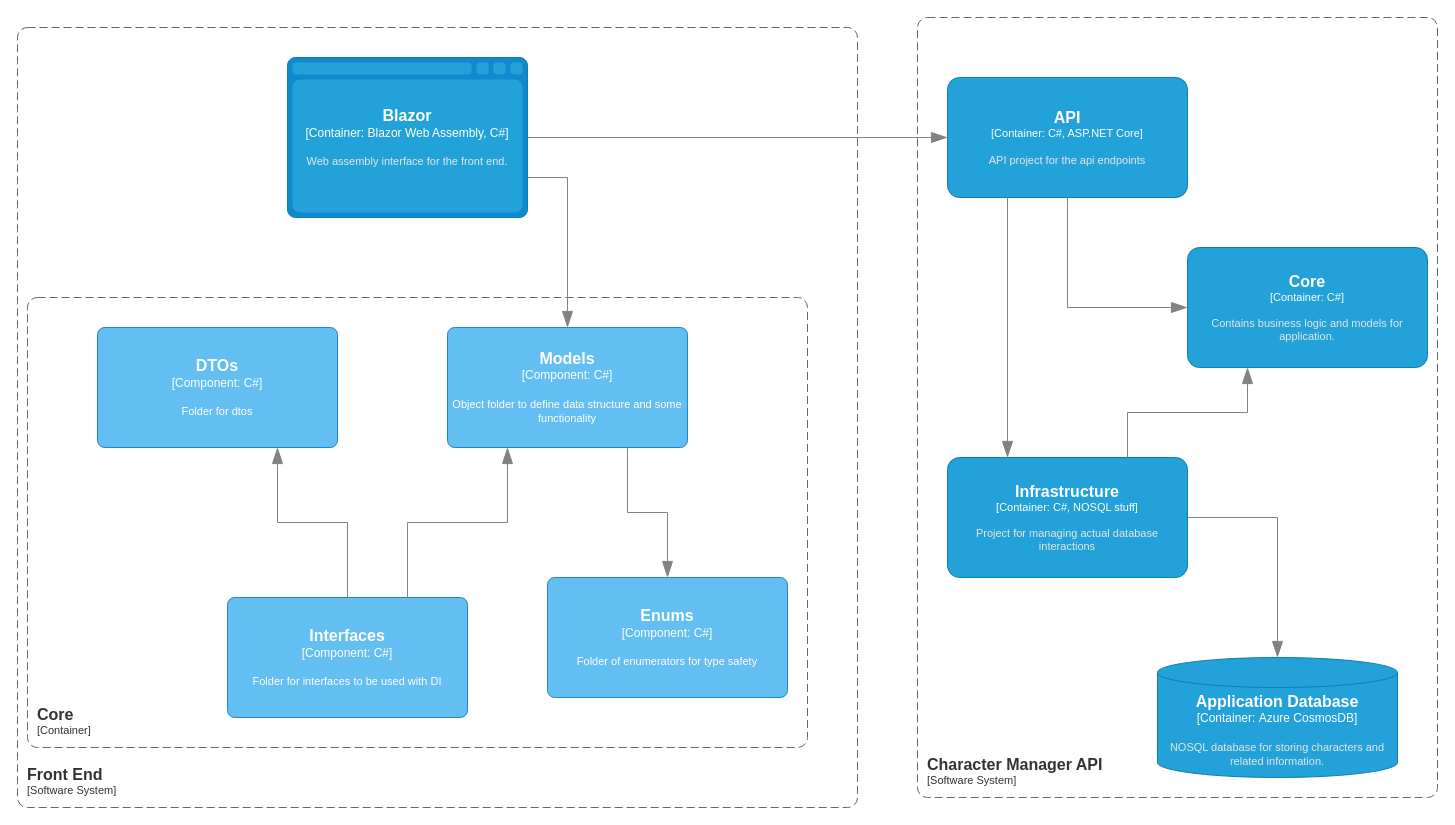
Before: page "Front End Component Diagram" (3 of 4) of Documentation/DiagramCollection.drawio in thedragonluvver/DnDCharacterManager, a draw.io diagram. Source tidied: cells renumbered, new cells numbered last; positions are measured from the earlier drawing's top-left corner, leaving out a move shared by most shapes. Both pictures are drawn from the tidied source at 100%, with x=0, y=0 at pixel (17, 17).
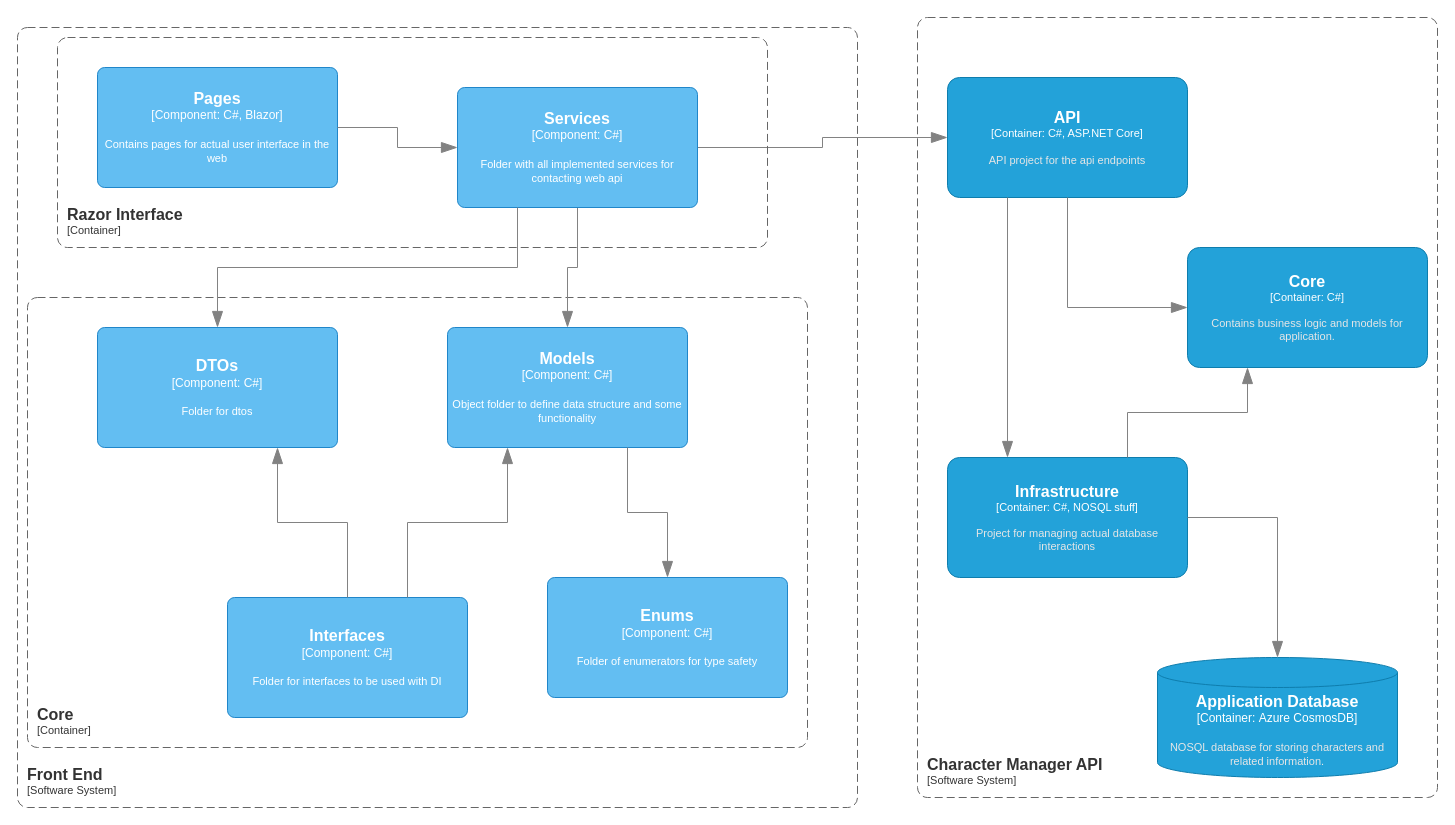
After the change.

Commit message (it also covers changes not shown here):
update front end component diagram

Unchanged cells that the change refers to:
```xml
<object id="7" label="&lt;font style=&quot;font-size: 16px&quot;&gt;&lt;b&gt;%c4Name%&lt;/b&gt;&lt;/font&gt;&lt;div&gt;[%c4Type%: %c4Technology%]&lt;/div&gt;&lt;br&gt;&lt;div&gt;&lt;font style=&quot;font-size: 11px&quot;&gt;&lt;font color=&quot;#E6E6E6&quot;&gt;%c4Description%&lt;/font&gt;&lt;/div&gt;" c4Description="API project for the api endpoints" c4Name="API" c4Technology="C#, ASP.NET Core" c4Type="Container" placeholders="1">
  <mxCell style="rounded=1;whiteSpace=wrap;html=1;fontSize=11;labelBackgroundColor=none;fillColor=#23A2D9;fontColor=#ffffff;align=center;arcSize=10;strokeColor=#0E7DAD;points=[[0.25,0,0],[0.5,0,0],[0.75,0,0],[1,0.25,0],[1,0.5,0],[1,0.75,0],[0.75,1,0],[0.5,1,0],[0.25,1,0],[0,0.75,0],[0,0.5,0],[0,0.25,0]];" parent="5" vertex="1">
    <mxGeometry x="30" y="60" width="240" height="120" as="geometry" />
  </mxCell>
</object>
<object id="16" label="&lt;font style=&quot;font-size: 16px&quot;&gt;&lt;b&gt;%c4Name%&lt;/b&gt;&lt;/font&gt;&lt;div&gt;[%c4Type%: %c4Technology%]&lt;/div&gt;&lt;br&gt;&lt;div&gt;&lt;font style=&quot;font-size: 11px&quot;&gt;%c4Description%&lt;/font&gt;&lt;/div&gt;" c4Description="Object folder to define data structure and some functionality" c4Name="Models" c4Technology="C#" c4Type="Component" placeholders="1">
  <mxCell style="rounded=1;whiteSpace=wrap;html=1;labelBackgroundColor=none;fillColor=#63BEF2;fontColor=#ffffff;align=center;arcSize=6;strokeColor=#2086C9;points=[[0.25,0,0],[0.5,0,0],[0.75,0,0],[1,0.25,0],[1,0.5,0],[1,0.75,0],[0.75,1,0],[0.5,1,0],[0.25,1,0],[0,0.75,0],[0,0.5,0],[0,0.25,0]];" parent="1" vertex="1">
    <mxGeometry x="430" y="310" width="240" height="120" as="geometry" />
  </mxCell>
</object>
<object id="21" label="&lt;font style=&quot;font-size: 16px&quot;&gt;&lt;b&gt;%c4Name%&lt;/b&gt;&lt;/font&gt;&lt;div&gt;[%c4Type%: %c4Technology%]&lt;/div&gt;&lt;br&gt;&lt;div&gt;&lt;font style=&quot;font-size: 11px&quot;&gt;%c4Description%&lt;/font&gt;&lt;/div&gt;" c4Description="Folder for dtos" c4Name="DTOs" c4Technology="C#" c4Type="Component" placeholders="1">
  <mxCell style="rounded=1;whiteSpace=wrap;html=1;labelBackgroundColor=none;fillColor=#63BEF2;fontColor=#ffffff;align=center;arcSize=6;strokeColor=#2086C9;points=[[0.25,0,0],[0.5,0,0],[0.75,0,0],[1,0.25,0],[1,0.5,0],[1,0.75,0],[0.75,1,0],[0.5,1,0],[0.25,1,0],[0,0.75,0],[0,0.5,0],[0,0.25,0]];" parent="1" vertex="1">
    <mxGeometry x="80" y="310" width="240" height="120" as="geometry" />
  </mxCell>
</object>
```

Change to the diagram source:
```diff
@@
-    <object id="3" label="&lt;font style=&quot;font-size: 16px&quot;&gt;&lt;b&gt;%c4Name%&lt;/b&gt;&lt;/font&gt;&lt;div&gt;[%c4Type%:&amp;nbsp;%c4Technology%]&lt;/div&gt;&lt;br&gt;&lt;div&gt;&lt;font style=&quot;font-size: 11px&quot;&gt;&lt;font color=&quot;#E6E6E6&quot;&gt;%c4Description%&lt;/font&gt;&lt;/div&gt;" c4Description="Web assembly interface for the front end. " c4Name="Blazor " c4Technology="Blazor Web Assembly, C#" c4Type="Container" placeholders="1">
-      <mxCell style="shape=mxgraph.c4.webBrowserContainer2;whiteSpace=wrap;html=1;boundedLbl=1;rounded=0;labelBackgroundColor=none;strokeColor=#118ACD;fillColor=#23A2D9;strokeColor=#118ACD;strokeColor2=#0E7DAD;fontSize=12;fontColor=#ffffff;align=center;points=[[0.5,0,0],[1,0.25,0],[1,0.5,0],[1,0.75,0],[0.5,1,0],[0,0.75,0],[0,0.5,0],[0,0.25,0]];" parent="1" vertex="1">
-        <mxGeometry x="270" y="40" width="240" height="160" as="geometry" />
-      </mxCell>
-    </object>
-    <mxCell id="4" style="endArrow=blockThin;html=1;fontSize=10;fontColor=#404040;strokeWidth=1;endFill=1;strokeColor=#828282;elbow=vertical;endSize=14;startSize=14;jumpStyle=arc;jumpSize=16;rounded=0;edgeStyle=orthogonalEdgeStyle;exitX=1;exitY=0.5;exitDx=0;exitDy=0;exitPerimeter=0;entryX=0;entryY=0.5;entryDx=0;entryDy=0;entryPerimeter=0;" parent="1" edge="1" source="3" target="7">
+    <mxCell id="4" style="endArrow=blockThin;html=1;fontSize=10;fontColor=#404040;strokeWidth=1;endFill=1;strokeColor=#828282;elbow=vertical;endSize=14;startSize=14;jumpStyle=arc;jumpSize=16;rounded=0;edgeStyle=orthogonalEdgeStyle;exitX=1;exitY=0.5;exitDx=0;exitDy=0;exitPerimeter=0;entryX=0;entryY=0.5;entryDx=0;entryDy=0;entryPerimeter=0;" parent="1" edge="1" source="26" target="7">
       <mxGeometry relative="1" as="geometry" />
     </mxCell>
@@
-    <mxCell id="23" style="endArrow=blockThin;html=1;fontSize=10;fontColor=#404040;strokeWidth=1;endFill=1;strokeColor=#828282;elbow=vertical;endSize=14;startSize=14;jumpStyle=arc;jumpSize=16;rounded=0;edgeStyle=orthogonalEdgeStyle;exitX=1;exitY=0.75;exitDx=0;exitDy=0;exitPerimeter=0;entryX=0.5;entryY=0;entryDx=0;entryDy=0;entryPerimeter=0;" parent="1" edge="1" source="3" target="16">
+    <mxCell id="23" style="endArrow=blockThin;html=1;fontSize=10;fontColor=#404040;strokeWidth=1;endFill=1;strokeColor=#828282;elbow=vertical;endSize=14;startSize=14;jumpStyle=arc;jumpSize=16;rounded=0;edgeStyle=orthogonalEdgeStyle;exitX=0.5;exitY=1;exitDx=0;exitDy=0;exitPerimeter=0;entryX=0.5;entryY=0;entryDx=0;entryDy=0;entryPerimeter=0;" parent="1" edge="1" source="26" target="16">
       <mxGeometry relative="1" as="geometry" />
     </mxCell>
+    <object id="24" label="&lt;font style=&quot;font-size: 16px&quot;&gt;&lt;b&gt;&lt;div style=&quot;text-align: left&quot;&gt;%c4Name%&lt;/div&gt;&lt;/b&gt;&lt;/font&gt;&lt;div style=&quot;text-align: left&quot;&gt;[%c4Application%]&lt;/div&gt;" c4Application="Container" c4Name="Razor Interface" placeholders="1">
+      <mxCell style="rounded=1;fontSize=11;whiteSpace=wrap;html=1;dashed=1;arcSize=20;fillColor=none;strokeColor=#666666;fontColor=#333333;labelBackgroundColor=none;align=left;verticalAlign=bottom;labelBorderColor=none;spacingTop=0;spacing=10;dashPattern=8 4;perimeter=rectanglePerimeter;noLabel=0;labelPadding=0;absoluteArcSize=1;" parent="1" vertex="1">
+        <mxGeometry x="40" y="20" width="710" height="210" as="geometry" />
+      </mxCell>
+    </object>
+    <object id="25" label="&lt;font style=&quot;font-size: 16px&quot;&gt;&lt;b&gt;%c4Name%&lt;/b&gt;&lt;/font&gt;&lt;div&gt;[%c4Type%: %c4Technology%]&lt;/div&gt;&lt;br&gt;&lt;div&gt;&lt;font style=&quot;font-size: 11px&quot;&gt;%c4Description%&lt;/font&gt;&lt;/div&gt;" c4Description="Contains pages for actual user interface in the web" c4Name="Pages" c4Technology="C#, Blazor" c4Type="Component" placeholders="1">
+      <mxCell style="rounded=1;whiteSpace=wrap;html=1;labelBackgroundColor=none;fillColor=#63BEF2;fontColor=#ffffff;align=center;arcSize=6;strokeColor=#2086C9;points=[[0.25,0,0],[0.5,0,0],[0.75,0,0],[1,0.25,0],[1,0.5,0],[1,0.75,0],[0.75,1,0],[0.5,1,0],[0.25,1,0],[0,0.75,0],[0,0.5,0],[0,0.25,0]];" parent="1" vertex="1">
+        <mxGeometry x="80" y="50" width="240" height="120" as="geometry" />
+      </mxCell>
+    </object>
+    <object id="26" label="&lt;font style=&quot;font-size: 16px&quot;&gt;&lt;b&gt;%c4Name%&lt;/b&gt;&lt;/font&gt;&lt;div&gt;[%c4Type%: %c4Technology%]&lt;/div&gt;&lt;br&gt;&lt;div&gt;&lt;font style=&quot;font-size: 11px&quot;&gt;%c4Description%&lt;/font&gt;&lt;/div&gt;" c4Description="Folder with all implemented services for contacting web api" c4Name="Services" c4Technology="C#" c4Type="Component" placeholders="1">
+      <mxCell style="rounded=1;whiteSpace=wrap;html=1;labelBackgroundColor=none;fillColor=#63BEF2;fontColor=#ffffff;align=center;arcSize=6;strokeColor=#2086C9;points=[[0.25,0,0],[0.5,0,0],[0.75,0,0],[1,0.25,0],[1,0.5,0],[1,0.75,0],[0.75,1,0],[0.5,1,0],[0.25,1,0],[0,0.75,0],[0,0.5,0],[0,0.25,0]];" parent="1" vertex="1">
+        <mxGeometry x="440" y="70" width="240" height="120" as="geometry" />
+      </mxCell>
+    </object>
+    <mxCell id="27" style="endArrow=blockThin;html=1;fontSize=10;fontColor=#404040;strokeWidth=1;endFill=1;strokeColor=#828282;elbow=vertical;endSize=14;startSize=14;jumpStyle=arc;jumpSize=16;rounded=0;edgeStyle=orthogonalEdgeStyle;exitX=0.25;exitY=1;exitDx=0;exitDy=0;exitPerimeter=0;entryX=0.5;entryY=0;entryDx=0;entryDy=0;entryPerimeter=0;" parent="1" edge="1" source="26" target="21">
+      <mxGeometry relative="1" as="geometry" />
+    </mxCell>
+    <mxCell id="28" style="endArrow=blockThin;html=1;fontSize=10;fontColor=#404040;strokeWidth=1;endFill=1;strokeColor=#828282;elbow=vertical;endSize=14;startSize=14;jumpStyle=arc;jumpSize=16;rounded=0;edgeStyle=orthogonalEdgeStyle;exitX=1;exitY=0.5;exitDx=0;exitDy=0;exitPerimeter=0;entryX=0;entryY=0.5;entryDx=0;entryDy=0;entryPerimeter=0;" parent="1" edge="1" source="25" target="26">
+      <mxGeometry relative="1" as="geometry" />
+    </mxCell>
```
